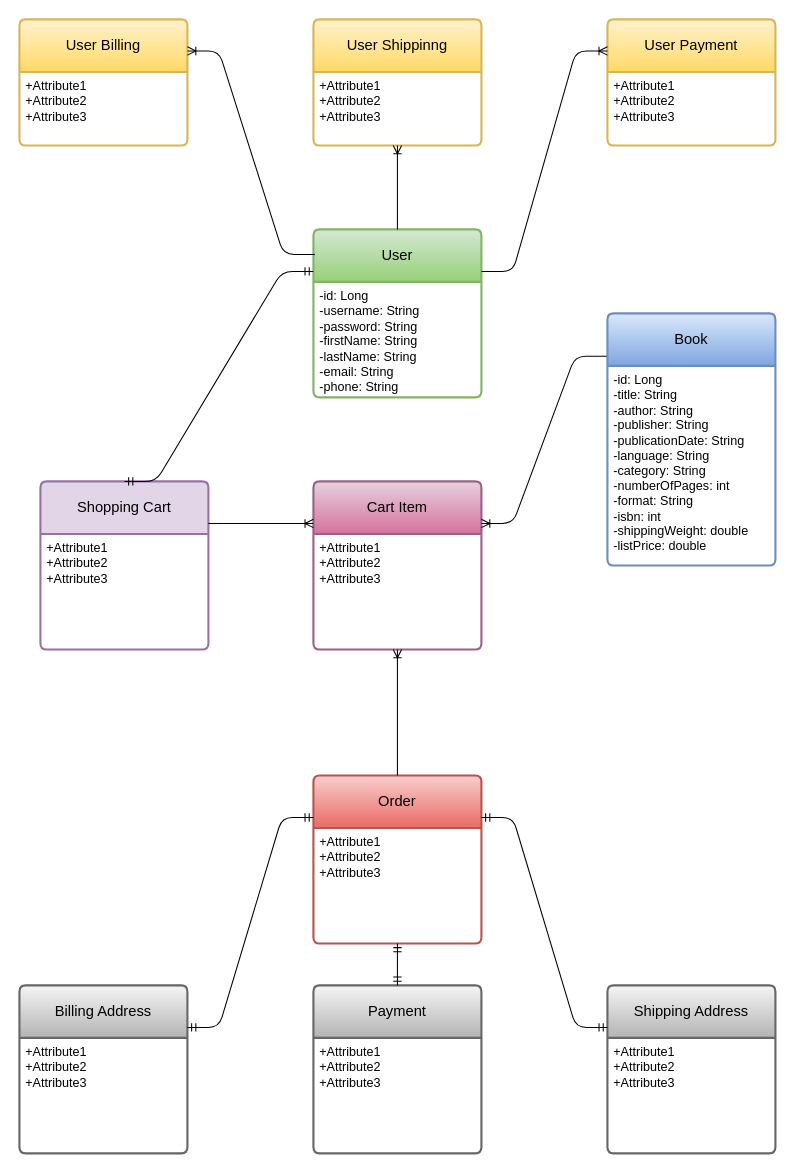
The draw.io diagram Alpine Bookstore Diagram.drawio in alaaasfour/Alpine, before the edit. Source tidied: cells renumbered, new cells numbered last; positions are measured from the earlier drawing's top-left corner, leaving out a move shared by most shapes. Both pictures are drawn from the tidied source at 105%, with x=0, y=0 at pixel (19, 19).
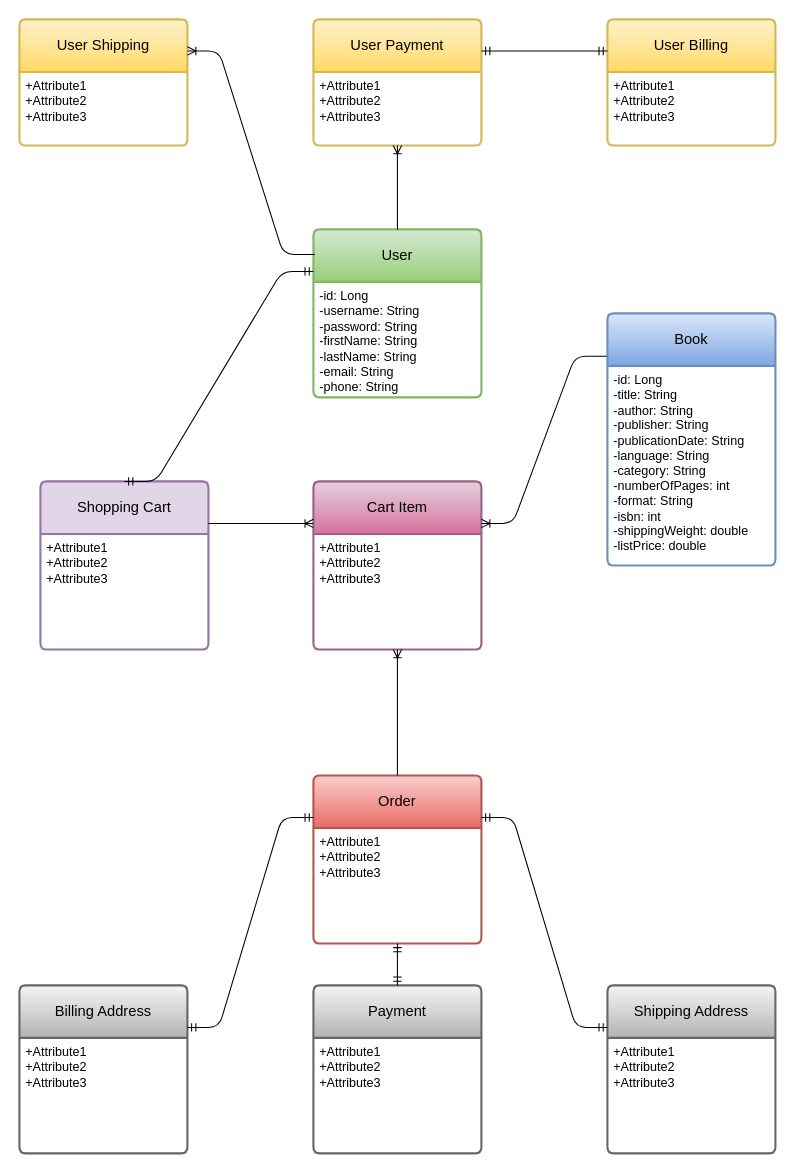
After the change.

The change refers to these unchanged cells:
```xml
<mxCell id="2" value="User" style="swimlane;horizontal=1;startSize=50;rounded=1;fontSize=14;fontStyle=0;strokeWidth=2;shadow=0;dashed=0;align=center;arcSize=4;whiteSpace=wrap;html=1;fillColor=#d5e8d4;strokeColor=#82b366;gradientColor=#97d077;" parent="1" vertex="1">
  <mxGeometry x="280" y="200" width="160" height="160" as="geometry" />
</mxCell>
```

Diff of the diagram source:
```diff
@@
-    <mxCell id="4" value="User Payment" style="swimlane;horizontal=1;startSize=50;rounded=1;fontSize=14;fontStyle=0;strokeWidth=2;shadow=0;dashed=0;align=center;arcSize=4;whiteSpace=wrap;html=1;fillColor=#fff2cc;gradientColor=#ffd966;strokeColor=#d6b656;" parent="1" vertex="1">
+    <mxCell id="4" value="User Billing" style="swimlane;horizontal=1;startSize=50;rounded=1;fontSize=14;fontStyle=0;strokeWidth=2;shadow=0;dashed=0;align=center;arcSize=4;whiteSpace=wrap;html=1;fillColor=#fff2cc;gradientColor=#ffd966;strokeColor=#d6b656;" parent="1" vertex="1">
       <mxGeometry x="560" width="160" height="120" as="geometry" />
     </mxCell>
@@
-    <mxCell id="6" value="User Shippinng" style="swimlane;horizontal=1;startSize=50;rounded=1;fontSize=14;fontStyle=0;strokeWidth=2;shadow=0;dashed=0;align=center;arcSize=4;whiteSpace=wrap;html=1;fillColor=#fff2cc;gradientColor=#ffd966;strokeColor=#d6b656;" parent="1" vertex="1">
+    <mxCell id="6" value="User Payment" style="swimlane;horizontal=1;startSize=50;rounded=1;fontSize=14;fontStyle=0;strokeWidth=2;shadow=0;dashed=0;align=center;arcSize=4;whiteSpace=wrap;html=1;fillColor=#fff2cc;gradientColor=#ffd966;strokeColor=#d6b656;" parent="1" vertex="1">
       <mxGeometry x="280" width="160" height="120" as="geometry" />
     </mxCell>
@@
-    <mxCell id="8" value="User Billing" style="swimlane;horizontal=1;startSize=50;rounded=1;fontSize=14;fontStyle=0;strokeWidth=2;shadow=0;dashed=0;align=center;arcSize=4;whiteSpace=wrap;html=1;fillColor=#fff2cc;gradientColor=#ffd966;strokeColor=#d6b656;" parent="1" vertex="1">
+    <mxCell id="8" value="User Shipping" style="swimlane;horizontal=1;startSize=50;rounded=1;fontSize=14;fontStyle=0;strokeWidth=2;shadow=0;dashed=0;align=center;arcSize=4;whiteSpace=wrap;html=1;fillColor=#fff2cc;gradientColor=#ffd966;strokeColor=#d6b656;" parent="1" vertex="1">
       <mxGeometry width="160" height="120" as="geometry" />
     </mxCell>
@@
-    <mxCell id="10" style="edgeStyle=entityRelationEdgeStyle;fontSize=12;html=1;endArrow=ERoneToMany;rounded=1;entryX=0;entryY=0.25;entryDx=0;entryDy=0;exitX=1;exitY=0.25;exitDx=0;exitDy=0;curved=0;" parent="1" edge="1" source="2" target="4">
-      <mxGeometry relative="1" as="geometry" />
-    </mxCell>
@@
+    <mxCell id="34" style="edgeStyle=entityRelationEdgeStyle;fontSize=12;html=1;endArrow=ERmandOne;startArrow=ERmandOne;rounded=0;entryX=0;entryY=0.25;entryDx=0;entryDy=0;exitX=1;exitY=0.25;exitDx=0;exitDy=0;" parent="1" edge="1" source="6" target="4">
+      <mxGeometry relative="1" as="geometry" />
+    </mxCell>
```
